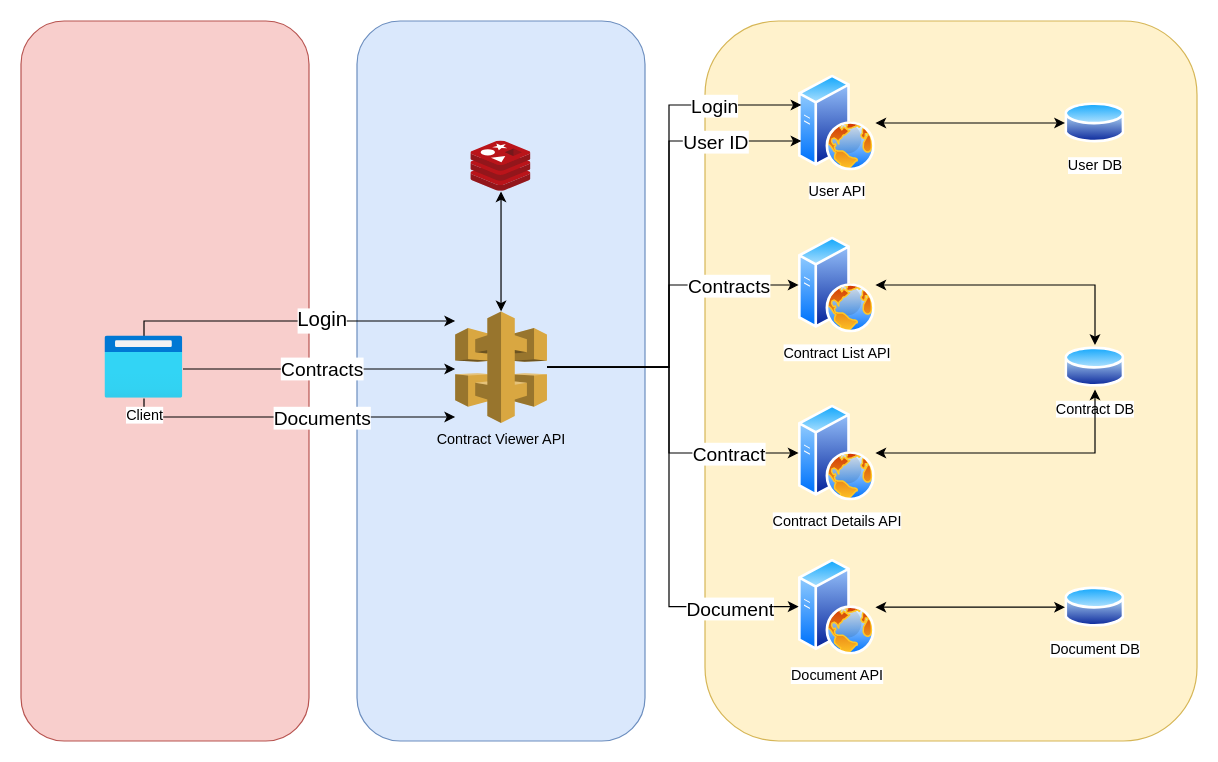
Before: docs/ContractViewer.drawio in gyorgydeakl/ContractViewer, a draw.io diagram. Source tidied: cells renumbered, new cells numbered last; positions are measured from the earlier drawing's top-left corner, leaving out a move shared by most shapes. Both pictures are drawn from the tidied source at 120%, with x=0, y=0 at pixel (20, 20).
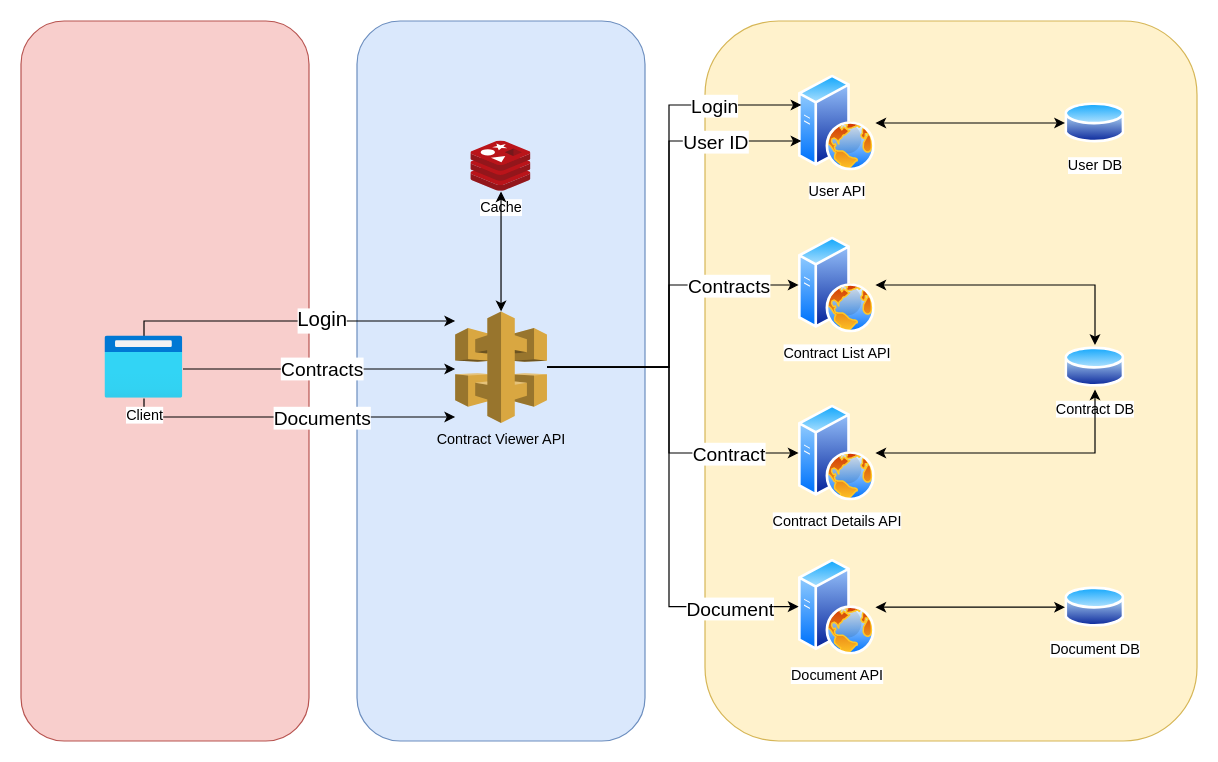
After the change.

Commit message (it also covers changes not shown here):
Update ContractViewer diagram to reflect new API changes and adjust structure for clarity.

The edit, as a diff of the source:
```diff
@@
-    <mxCell id="35" style="image;sketch=0;html=1;points=[];align=center;fontSize=12;image=img/lib/mscae/Cache_Redis_Product.svg;" parent="1" vertex="1">
+    <mxCell id="35" value="Cache" style="image;sketch=0;html=1;points=[];align=center;fontSize=12;image=img/lib/mscae/Cache_Redis_Product.svg;" parent="1" vertex="1">
       <mxGeometry x="375" y="100" width="50" height="42" as="geometry" />
     </mxCell>
```
